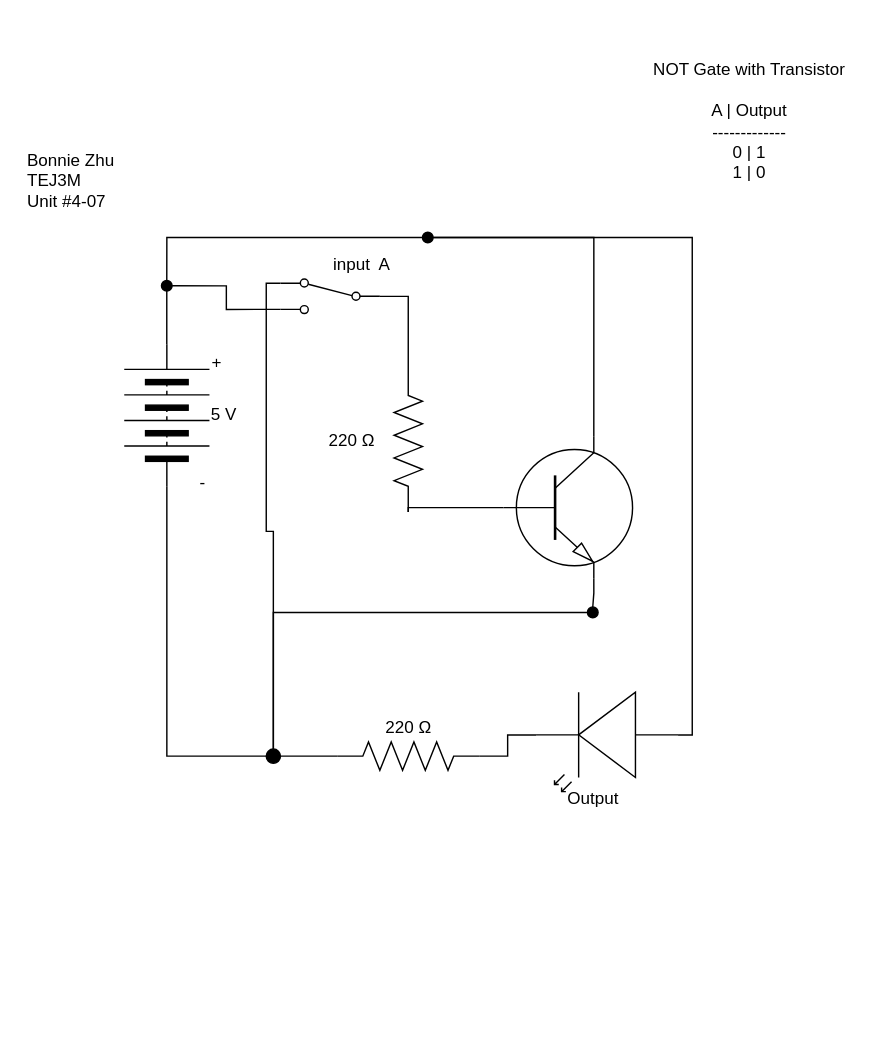
Earlier version of the draw.io diagram unit4-07/diagam.drawio (Bonnie-Zhu/TEJ3M-unit4). Source tidied: cells renumbered, new cells numbered last; positions are measured from the earlier drawing's top-left corner, leaving out a move shared by most shapes. Both pictures are drawn from the tidied source at 142%, with x=0, y=0 at pixel (24, 50).
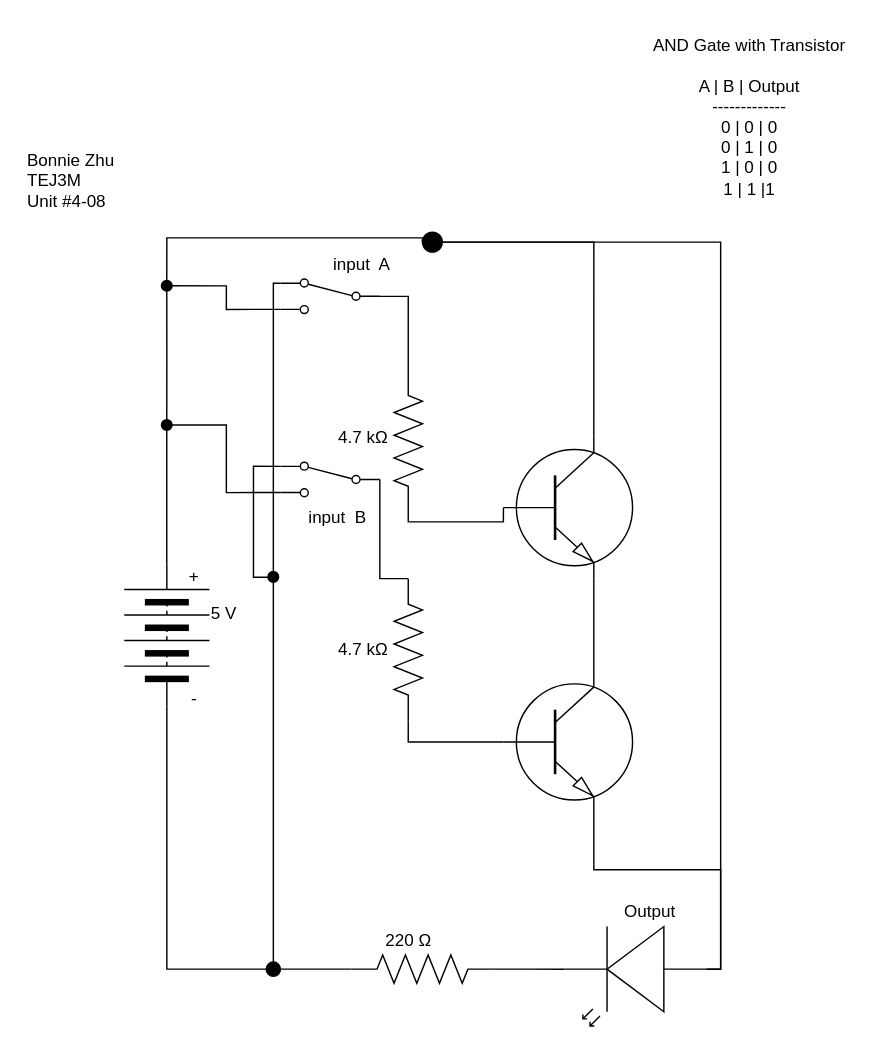
The same page after the edit.

Unchanged cells that the change refers to:
```xml
<mxCell id="15" style="shape=mxgraph.electrical.electro-mechanical.twoWaySwitch;elSwitchState=2;direction=west;flipV=1;" parent="1" vertex="1">
  <mxGeometry x="180" y="161" width="70" height="24.3" as="geometry" />
</mxCell>
<mxCell id="21" style="verticalLabelPosition=bottom;shadow=0;dashed=0;align=center;html=1;verticalAlign=top;shape=mxgraph.electrical.transistors.npn_transistor_1;direction=east;" parent="1" vertex="1">
  <mxGeometry x="335" y="272" width="95" height="100" as="geometry" />
</mxCell>
<mxCell id="23" style="verticalLabelPosition=bottom;shadow=0;dashed=0;align=center;html=1;verticalAlign=top;shape=mxgraph.electrical.resistors.resistor_2;direction=north;" parent="1" vertex="1">
  <mxGeometry x="260" y="225" width="20" height="100" as="geometry" />
</mxCell>
<mxCell id="26" style="ellipse;whiteSpace=wrap;html=1;strokeColor=#000000;fillColor=#000000;" parent="1" vertex="1">
  <mxGeometry x="96.2" y="162" width="7.5" height="7.5" as="geometry" />
</mxCell>
```

What changed in the source:
```diff
@@
     <mxCell id="3" style="verticalLabelPosition=bottom;shadow=0;dashed=0;align=center;html=1;verticalAlign=top;shape=mxgraph.electrical.resistors.resistor_2;direction=east;" parent="1" vertex="1">
-      <mxGeometry x="220" y="487" width="100" height="20" as="geometry" />
+      <mxGeometry x="230" y="637" width="100" height="20" as="geometry" />
     </mxCell>
     <mxCell id="4" style="verticalLabelPosition=bottom;shadow=0;dashed=0;align=center;html=1;verticalAlign=top;shape=mxgraph.electrical.opto_electronics.led_2;direction=west;" parent="1" vertex="1">
-      <mxGeometry x="360" y="452" width="100" height="70" as="geometry" />
+      <mxGeometry x="380" y="617" width="100" height="70" as="geometry" />
     </mxCell>
-    <mxCell id="5" style="edgeStyle=orthogonalEdgeStyle;rounded=0;html=1;entryX=0.5;entryY=1;entryDx=0;entryDy=0;endArrow=none;endFill=0;" parent="1" edge="1" source="7" target="26">
+    <mxCell id="5" style="edgeStyle=orthogonalEdgeStyle;rounded=0;html=1;entryX=0.5;entryY=1;entryDx=0;entryDy=0;endArrow=none;endFill=0;startArrow=none;" parent="1" edge="1" source="43" target="26">
       <mxGeometry relative="1" as="geometry" />
     </mxCell>
     <mxCell id="6" style="edgeStyle=orthogonalEdgeStyle;rounded=0;html=1;exitX=0;exitY=0.5;exitDx=0;exitDy=0;endArrow=none;endFill=0;entryX=0;entryY=0.5;entryDx=0;entryDy=0;" parent="1" edge="1" source="7" target="17">
       <mxGeometry relative="1" as="geometry">
         <Array as="points">
-          <mxPoint x="100" y="497" />
+          <mxPoint x="100" y="647" />
         </Array>
       </mxGeometry>
     </mxCell>
     <mxCell id="7" style="verticalLabelPosition=bottom;shadow=0;dashed=0;align=center;html=1;verticalAlign=top;shape=mxgraph.electrical.miscellaneous.batteryStack;direction=north;" parent="1" vertex="1">
-      <mxGeometry x="70" y="207" width="60" height="100" as="geometry" />
+      <mxGeometry x="70" y="362" width="60" height="100" as="geometry" />
     </mxCell>
-    <mxCell id="8" value="220 Ω&lt;span style=&quot;&quot;&gt;&lt;br&gt;&lt;/span&gt;" style="text;html=1;align=center;verticalAlign=middle;strokeColor=none;fillColor=none;rotation=0;" parent="1" vertex="1">
-      <mxGeometry x="200" y="260" width="60" height="30" as="geometry" />
+    <mxCell id="8" value="4.7 kΩ&lt;span style=&quot;&quot;&gt;&lt;br&gt;&lt;/span&gt;" style="text;html=1;align=center;verticalAlign=middle;strokeColor=none;fillColor=none;rotation=0;" parent="1" vertex="1">
+      <mxGeometry x="208.2" y="258" width="60" height="30" as="geometry" />
     </mxCell>
     <mxCell id="9" value="5 V" style="text;html=1;align=center;verticalAlign=middle;strokeColor=none;fillColor=none;" parent="1" vertex="1">
-      <mxGeometry x="120" y="242" width="40" height="30" as="geometry" />
+      <mxGeometry x="120" y="382" width="40" height="30" as="geometry" />
     </mxCell>
     <mxCell id="10" value="-" style="text;html=1;align=center;verticalAlign=middle;strokeColor=none;fillColor=none;" parent="1" vertex="1">
-      <mxGeometry x="110" y="290" width="30" height="30" as="geometry" />
+      <mxGeometry x="103.8" y="442" width="30" height="30" as="geometry" />
     </mxCell>
     <mxCell id="11" value="+" style="text;html=1;align=center;verticalAlign=middle;strokeColor=none;fillColor=none;" parent="1" vertex="1">
-      <mxGeometry x="120" y="204.5" width="30" height="30" as="geometry" />
+      <mxGeometry x="103.8" y="356" width="30" height="30" as="geometry" />
     </mxCell>
-    <mxCell id="12" value="Bonnie Zhu&lt;br&gt;TEJ3M&lt;br&gt;Unit #4-07" style="text;html=1;align=left;verticalAlign=middle;strokeColor=none;fillColor=none;" parent="1" vertex="1">
+    <mxCell id="12" value="Bonnie Zhu&lt;br&gt;TEJ3M&lt;br&gt;Unit #4-08" style="text;html=1;align=left;verticalAlign=middle;strokeColor=none;fillColor=none;" parent="1" vertex="1">
       <mxGeometry y="62" width="90" height="60" as="geometry" />
     </mxCell>
@@
     <mxCell id="14" style="edgeStyle=orthogonalEdgeStyle;rounded=0;html=1;exitX=1;exitY=0.88;exitDx=0;exitDy=0;endArrow=none;endFill=0;entryX=0.5;entryY=0;entryDx=0;entryDy=0;" parent="1" edge="1" source="15" target="17">
-      <mxGeometry relative="1" as="geometry" />
+      <mxGeometry relative="1" as="geometry">
+        <Array as="points">
+          <mxPoint x="175" y="164" />
+        </Array>
+      </mxGeometry>
     </mxCell>
@@
     <mxCell id="17" style="ellipse;whiteSpace=wrap;html=1;strokeColor=#000000;fillColor=#000000;" parent="1" vertex="1">
-      <mxGeometry x="170" y="492" width="10" height="10" as="geometry" />
+      <mxGeometry x="170" y="642" width="10" height="10" as="geometry" />
     </mxCell>
     <mxCell id="18" value="Output" style="text;html=1;align=center;verticalAlign=middle;strokeColor=none;fillColor=none;" parent="1" vertex="1">
-      <mxGeometry x="370" y="512" width="60" height="30" as="geometry" />
+      <mxGeometry x="410" y="592" width="60" height="30" as="geometry" />
     </mxCell>
-    <mxCell id="19" value="NOT Gate with Transistor&lt;br&gt;&lt;br&gt;A | Output&lt;br&gt;-------------&lt;br&gt;0 | 1&lt;br&gt;1 | 0" style="text;html=1;align=center;verticalAlign=middle;strokeColor=none;fillColor=none;" parent="1" vertex="1">
-      <mxGeometry x="430" y="-0.5" width="160" height="100" as="geometry" />
+    <mxCell id="19" value="AND Gate with Transistor&lt;br&gt;&lt;br&gt;A | B | Output&lt;br&gt;-------------&lt;br&gt;0 | 0 | 0&lt;br&gt;0 | 1 | 0&lt;br&gt;1 | 0 | 0&lt;br&gt;1 | 1 |1" style="text;html=1;align=center;verticalAlign=middle;strokeColor=none;fillColor=none;" parent="1" vertex="1">
+      <mxGeometry x="430" y="-18" width="160" height="130" as="geometry" />
     </mxCell>
-    <mxCell id="20" style="edgeStyle=orthogonalEdgeStyle;rounded=0;html=1;exitX=0.7;exitY=1;exitDx=0;exitDy=0;exitPerimeter=0;entryX=0.5;entryY=0;entryDx=0;entryDy=0;endArrow=none;endFill=0;" parent="1" edge="1" source="21" target="33">
+    <mxCell id="20" style="edgeStyle=orthogonalEdgeStyle;rounded=0;html=1;exitX=0.7;exitY=1;exitDx=0;exitDy=0;exitPerimeter=0;entryX=0.7;entryY=0;entryDx=0;entryDy=0;endArrow=none;endFill=0;entryPerimeter=0;" parent="1" edge="1" source="21" target="36">
       <mxGeometry relative="1" as="geometry" />
     </mxCell>
@@
     <mxCell id="22" style="edgeStyle=orthogonalEdgeStyle;rounded=0;html=1;exitX=0;exitY=0.5;exitDx=0;exitDy=0;exitPerimeter=0;entryX=0;entryY=0.5;entryDx=0;entryDy=0;entryPerimeter=0;endArrow=none;endFill=0;" parent="1" edge="1" source="23" target="21">
       <mxGeometry relative="1" as="geometry">
         <Array as="points">
-          <mxPoint x="270" y="322" />
+          <mxPoint x="270" y="332" />
+          <mxPoint x="337" y="332" />
         </Array>
       </mxGeometry>
     </mxCell>
@@
     <mxCell id="30" style="ellipse;whiteSpace=wrap;html=1;strokeColor=#000000;fillColor=#000000;" parent="1" vertex="1">
-      <mxGeometry x="280" y="128" width="7.5" height="7.5" as="geometry" />
+      <mxGeometry x="280" y="128" width="14" height="14" as="geometry" />
     </mxCell>
     <mxCell id="31" value="220 Ω&lt;span style=&quot;&quot;&gt;&lt;br&gt;&lt;/span&gt;" style="text;html=1;align=center;verticalAlign=middle;strokeColor=none;fillColor=none;rotation=0;" parent="1" vertex="1">
-      <mxGeometry x="240" y="462" width="60" height="30" as="geometry" />
+      <mxGeometry x="240" y="612" width="60" height="30" as="geometry" />
     </mxCell>
-    <mxCell id="32" style="edgeStyle=orthogonalEdgeStyle;rounded=0;html=1;entryX=0.5;entryY=0;entryDx=0;entryDy=0;endArrow=none;endFill=0;" parent="1" edge="1" source="33" target="17">
-      <mxGeometry relative="1" as="geometry" />
-    </mxCell>
-    <mxCell id="33" style="ellipse;whiteSpace=wrap;html=1;strokeColor=#000000;fillColor=#000000;" parent="1" vertex="1">
-      <mxGeometry x="396.2" y="392" width="7.5" height="7.5" as="geometry" />
-    </mxCell>
+    <mxCell id="34" style="edgeStyle=orthogonalEdgeStyle;html=1;exitX=0;exitY=0.5;exitDx=0;exitDy=0;exitPerimeter=0;entryX=0;entryY=0.5;entryDx=0;entryDy=0;entryPerimeter=0;endArrow=none;endFill=0;rounded=0;" parent="1" edge="1" source="36" target="37">
+      <mxGeometry relative="1" as="geometry" />
+    </mxCell>
+    <mxCell id="35" style="edgeStyle=orthogonalEdgeStyle;rounded=0;html=1;exitX=0.7;exitY=1;exitDx=0;exitDy=0;exitPerimeter=0;entryX=0;entryY=0.57;entryDx=0;entryDy=0;entryPerimeter=0;endArrow=none;endFill=0;" parent="1" edge="1" source="36" target="4">
+      <mxGeometry relative="1" as="geometry" />
+    </mxCell>
+    <mxCell id="36" style="verticalLabelPosition=bottom;shadow=0;dashed=0;align=center;html=1;verticalAlign=top;shape=mxgraph.electrical.transistors.npn_transistor_1;direction=east;" parent="1" vertex="1">
+      <mxGeometry x="335" y="437" width="95" height="100" as="geometry" />
+    </mxCell>
+    <mxCell id="37" style="verticalLabelPosition=bottom;shadow=0;dashed=0;align=center;html=1;verticalAlign=top;shape=mxgraph.electrical.resistors.resistor_2;direction=north;" parent="1" vertex="1">
+      <mxGeometry x="260" y="372" width="20" height="100" as="geometry" />
+    </mxCell>
+    <mxCell id="38" style="edgeStyle=orthogonalEdgeStyle;rounded=0;html=1;exitX=1;exitY=0.12;exitDx=0;exitDy=0;entryX=1;entryY=0.5;entryDx=0;entryDy=0;endArrow=none;endFill=0;" parent="1" edge="1" source="41" target="43">
+      <mxGeometry relative="1" as="geometry" />
+    </mxCell>
+    <mxCell id="39" style="edgeStyle=orthogonalEdgeStyle;rounded=0;html=1;exitX=1;exitY=0.88;exitDx=0;exitDy=0;entryX=0;entryY=0;entryDx=0;entryDy=0;endArrow=none;endFill=0;" parent="1" edge="1" source="41" target="44">
+      <mxGeometry relative="1" as="geometry">
+        <Array as="points">
+          <mxPoint x="161" y="293" />
+          <mxPoint x="161" y="371" />
+          <mxPoint x="172" y="371" />
+        </Array>
+      </mxGeometry>
+    </mxCell>
+    <mxCell id="40" style="edgeStyle=orthogonalEdgeStyle;rounded=0;html=1;exitX=0;exitY=0.5;exitDx=0;exitDy=0;entryX=1;entryY=0.5;entryDx=0;entryDy=0;entryPerimeter=0;endArrow=none;endFill=0;" parent="1" edge="1" source="41" target="37">
+      <mxGeometry relative="1" as="geometry">
+        <Array as="points">
+          <mxPoint x="250" y="372" />
+        </Array>
+      </mxGeometry>
+    </mxCell>
+    <mxCell id="41" style="shape=mxgraph.electrical.electro-mechanical.twoWaySwitch;elSwitchState=2;direction=west;flipV=1;" parent="1" vertex="1">
+      <mxGeometry x="180" y="290" width="70" height="24.3" as="geometry" />
+    </mxCell>
+    <mxCell id="42" style="edgeStyle=orthogonalEdgeStyle;rounded=0;html=1;entryX=0.5;entryY=1;entryDx=0;entryDy=0;endArrow=none;endFill=0;" parent="1" edge="1" source="7" target="43">
+      <mxGeometry relative="1" as="geometry" />
+    </mxCell>
+    <mxCell id="43" style="ellipse;whiteSpace=wrap;html=1;strokeColor=#000000;fillColor=#000000;" parent="1" vertex="1">
+      <mxGeometry x="96.2" y="260" width="7.5" height="7.5" as="geometry" />
+    </mxCell>
+    <mxCell id="44" style="ellipse;whiteSpace=wrap;html=1;strokeColor=#000000;fillColor=#000000;" parent="1" vertex="1">
+      <mxGeometry x="171.2" y="367" width="7.5" height="7.5" as="geometry" />
+    </mxCell>
+    <mxCell id="45" value="4.7 kΩ&lt;span style=&quot;&quot;&gt;&lt;br&gt;&lt;/span&gt;" style="text;html=1;align=center;verticalAlign=middle;strokeColor=none;fillColor=none;rotation=0;" parent="1" vertex="1">
+      <mxGeometry x="208.2" y="407" width="60" height="30" as="geometry" />
+    </mxCell>
+    <mxCell id="46" value="input&amp;nbsp; B" style="text;html=1;align=center;verticalAlign=middle;strokeColor=none;fillColor=none;labelBackgroundColor=none;" parent="1" vertex="1">
+      <mxGeometry x="190" y="314.3" width="60" height="30" as="geometry" />
+    </mxCell>
```
